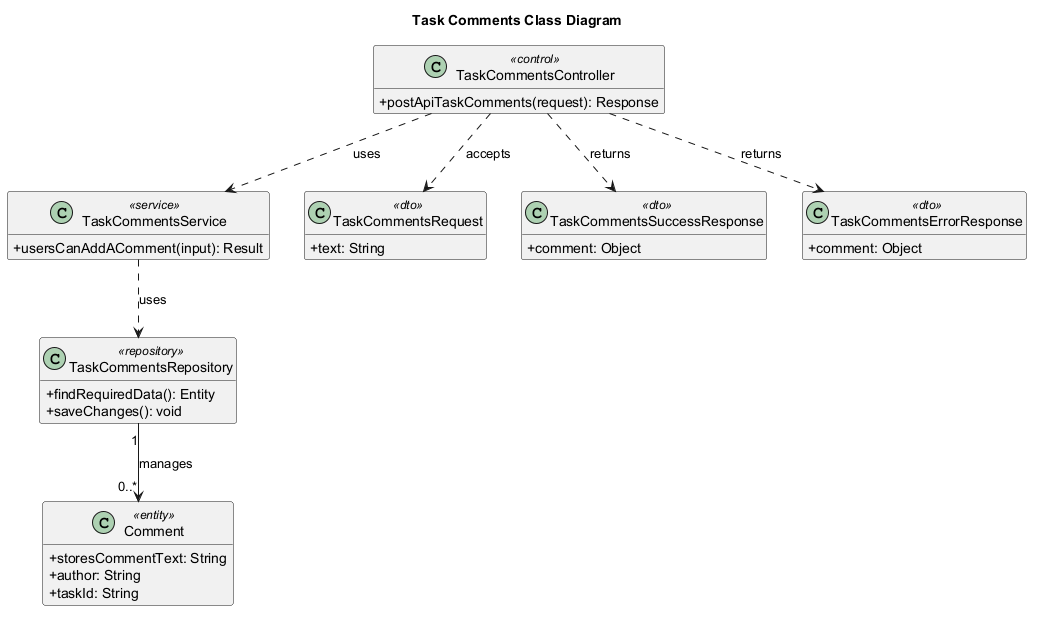
Earlier version of the PlantUML export services/agentic_service/outputs/taskflow/feature-task-comments/03_architecture/task_comments_class_v1.png (Dulneth210229/Auto-Forge-MAS).
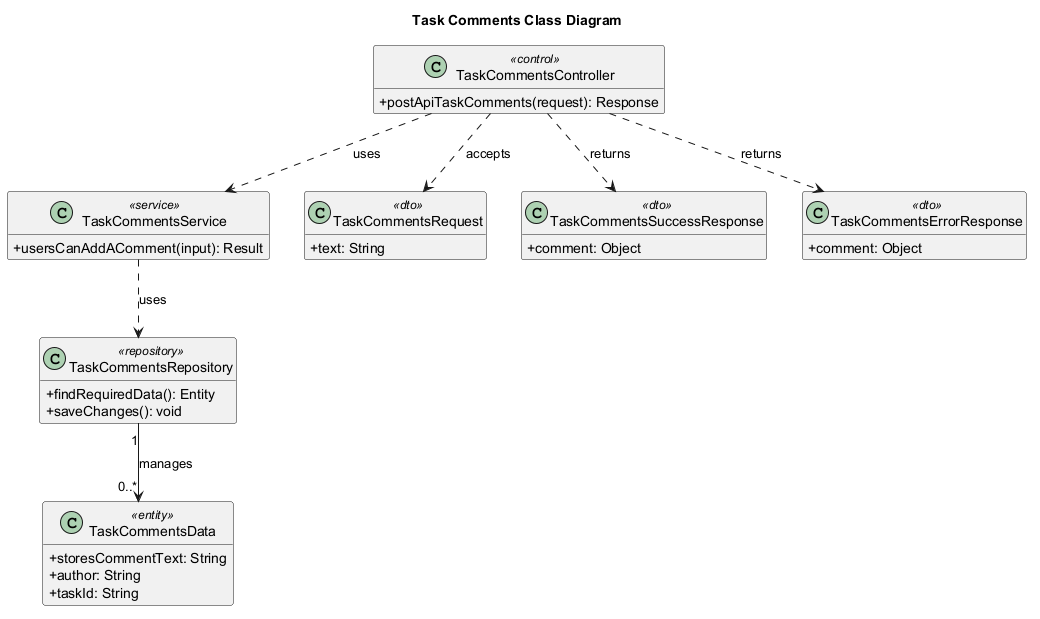
After the commit.

Diff of the diagram source:
```diff
@@ -25,7 +25,7 @@
   +comment: Object
 }
 
-class "Comment" as CLS_ENTITY_001 <<entity>> {
+class "TaskCommentsData" as CLS_ENTITY_001 <<entity>> {
   +storesCommentText: String
   +author: String
   +taskId: String
```
